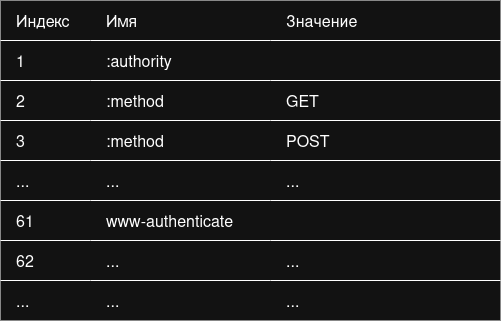
Before: img/HPACK_Table.drawio.png, a diagram exported from draw.io (DarkSoulEater/Http2Presentation). Source tidied: cells renumbered, new cells last; positions are measured from the earlier drawing's top-left corner, leaving out a move shared by most shapes. Source of this version:
```xml
<mxGraphModel>
  <root>
    <mxCell id="0" />
    <mxCell id="1" parent="0" />
    <mxCell id="2" style="shape=table;startSize=0;fontSize=16;rowLines=1;columnLines=0;swimlaneHead=0;swimlaneBody=0;horizontal=1;top=0;bottom=0;left=0;right=0;align=left;" parent="1" vertex="1">
      <mxGeometry width="500" height="320" as="geometry" />
    </mxCell>
    <mxCell id="3" style="shape=tableRow;horizontal=0;startSize=0;swimlaneHead=0;swimlaneBody=0;strokeColor=inherit;top=0;left=0;bottom=0;right=0;fillColor=none;fontSize=16;" parent="2" vertex="1">
      <mxGeometry width="500" height="40" as="geometry" />
    </mxCell>
    <mxCell id="4" value="Индекс" style="shape=partialRectangle;html=1;whiteSpace=wrap;strokeColor=inherit;overflow=hidden;fillColor=none;top=0;left=0;bottom=0;right=0;fontSize=16;align=left;spacingLeft=14;" parent="3" vertex="1">
      <mxGeometry width="90" height="40" as="geometry" />
    </mxCell>
    <mxCell id="5" value="Имя" style="shape=partialRectangle;html=1;whiteSpace=wrap;strokeColor=inherit;overflow=hidden;fillColor=none;top=0;left=0;bottom=0;right=0;fontSize=16;align=left;spacingLeft=14;" parent="3" vertex="1">
      <mxGeometry x="90" width="180" height="40" as="geometry" />
    </mxCell>
    <mxCell id="6" value="Значение" style="shape=partialRectangle;html=1;whiteSpace=wrap;strokeColor=inherit;overflow=hidden;fillColor=none;top=0;left=0;bottom=0;right=0;fontSize=16;align=left;spacingLeft=14;" parent="3" vertex="1">
      <mxGeometry x="270" width="230" height="40" as="geometry" />
    </mxCell>
    <mxCell id="7" style="shape=tableRow;horizontal=0;startSize=0;swimlaneHead=0;swimlaneBody=0;strokeColor=inherit;top=0;left=0;bottom=0;right=0;fillColor=none;fontSize=16;" parent="2" vertex="1">
      <mxGeometry y="40" width="500" height="40" as="geometry" />
    </mxCell>
    <mxCell id="8" value="1" style="shape=partialRectangle;html=1;whiteSpace=wrap;strokeColor=inherit;overflow=hidden;fillColor=none;top=0;left=0;bottom=0;right=0;fontSize=16;align=left;spacingLeft=14;" parent="7" vertex="1">
      <mxGeometry width="90" height="40" as="geometry" />
    </mxCell>
    <mxCell id="9" value=":authority" style="shape=partialRectangle;html=1;whiteSpace=wrap;strokeColor=inherit;overflow=hidden;fillColor=none;top=0;left=0;bottom=0;right=0;fontSize=16;align=left;spacingLeft=14;" parent="7" vertex="1">
      <mxGeometry x="90" width="180" height="40" as="geometry" />
    </mxCell>
    <mxCell id="10" style="shape=partialRectangle;html=1;whiteSpace=wrap;strokeColor=inherit;overflow=hidden;fillColor=none;top=0;left=0;bottom=0;right=0;fontSize=16;align=left;spacingLeft=14;" parent="7" vertex="1">
      <mxGeometry x="270" width="230" height="40" as="geometry" />
    </mxCell>
    <mxCell id="11" style="shape=tableRow;horizontal=0;startSize=0;swimlaneHead=0;swimlaneBody=0;strokeColor=inherit;top=0;left=0;bottom=0;right=0;fillColor=none;fontSize=16;" parent="2" vertex="1">
      <mxGeometry y="80" width="500" height="40" as="geometry" />
    </mxCell>
    <mxCell id="12" value="2" style="shape=partialRectangle;html=1;whiteSpace=wrap;strokeColor=inherit;overflow=hidden;fillColor=none;top=0;left=0;bottom=0;right=0;fontSize=16;align=left;spacingLeft=14;" parent="11" vertex="1">
      <mxGeometry width="90" height="40" as="geometry" />
    </mxCell>
    <mxCell id="13" value=":method" style="shape=partialRectangle;html=1;whiteSpace=wrap;strokeColor=inherit;overflow=hidden;fillColor=none;top=0;left=0;bottom=0;right=0;fontSize=16;align=left;spacingLeft=14;" parent="11" vertex="1">
      <mxGeometry x="90" width="180" height="40" as="geometry" />
    </mxCell>
    <mxCell id="14" value="GET" style="shape=partialRectangle;html=1;whiteSpace=wrap;strokeColor=inherit;overflow=hidden;fillColor=none;top=0;left=0;bottom=0;right=0;fontSize=16;align=left;spacingLeft=14;" parent="11" vertex="1">
      <mxGeometry x="270" width="230" height="40" as="geometry" />
    </mxCell>
    <mxCell id="15" style="shape=tableRow;horizontal=0;startSize=0;swimlaneHead=0;swimlaneBody=0;strokeColor=inherit;top=0;left=0;bottom=0;right=0;fillColor=none;fontSize=16;" parent="2" vertex="1">
      <mxGeometry y="120" width="500" height="40" as="geometry" />
    </mxCell>
    <mxCell id="16" value="3" style="shape=partialRectangle;html=1;whiteSpace=wrap;strokeColor=inherit;overflow=hidden;fillColor=none;top=0;left=0;bottom=0;right=0;fontSize=16;align=left;spacingLeft=14;" parent="15" vertex="1">
      <mxGeometry width="90" height="40" as="geometry" />
    </mxCell>
    <mxCell id="17" value=":method" style="shape=partialRectangle;html=1;whiteSpace=wrap;strokeColor=inherit;overflow=hidden;fillColor=none;top=0;left=0;bottom=0;right=0;fontSize=16;align=left;spacingLeft=14;" parent="15" vertex="1">
      <mxGeometry x="90" width="180" height="40" as="geometry" />
    </mxCell>
    <mxCell id="18" value="POST" style="shape=partialRectangle;html=1;whiteSpace=wrap;strokeColor=inherit;overflow=hidden;fillColor=none;top=0;left=0;bottom=0;right=0;fontSize=16;align=left;spacingLeft=14;" parent="15" vertex="1">
      <mxGeometry x="270" width="230" height="40" as="geometry" />
    </mxCell>
    <mxCell id="19" style="shape=tableRow;horizontal=0;startSize=0;swimlaneHead=0;swimlaneBody=0;strokeColor=inherit;top=0;left=0;bottom=0;right=0;fillColor=none;fontSize=16;" parent="2" vertex="1">
      <mxGeometry y="160" width="500" height="40" as="geometry" />
    </mxCell>
    <mxCell id="20" value="..." style="shape=partialRectangle;html=1;whiteSpace=wrap;strokeColor=inherit;overflow=hidden;fillColor=none;top=0;left=0;bottom=0;right=0;fontSize=16;align=left;spacingLeft=14;" parent="19" vertex="1">
      <mxGeometry width="90" height="40" as="geometry" />
    </mxCell>
    <mxCell id="21" value="..." style="shape=partialRectangle;html=1;whiteSpace=wrap;strokeColor=inherit;overflow=hidden;fillColor=none;top=0;left=0;bottom=0;right=0;fontSize=16;align=left;spacingLeft=14;" parent="19" vertex="1">
      <mxGeometry x="90" width="180" height="40" as="geometry" />
    </mxCell>
    <mxCell id="22" value="..." style="shape=partialRectangle;html=1;whiteSpace=wrap;strokeColor=inherit;overflow=hidden;fillColor=none;top=0;left=0;bottom=0;right=0;fontSize=16;align=left;spacingLeft=14;" parent="19" vertex="1">
      <mxGeometry x="270" width="230" height="40" as="geometry" />
    </mxCell>
    <mxCell id="23" style="shape=tableRow;horizontal=0;startSize=0;swimlaneHead=0;swimlaneBody=0;strokeColor=inherit;top=0;left=0;bottom=0;right=0;fillColor=none;fontSize=16;" parent="2" vertex="1">
      <mxGeometry y="200" width="500" height="40" as="geometry" />
    </mxCell>
    <mxCell id="24" value="61" style="shape=partialRectangle;html=1;whiteSpace=wrap;strokeColor=inherit;overflow=hidden;fillColor=none;top=0;left=0;bottom=0;right=0;fontSize=16;align=left;spacingLeft=14;" parent="23" vertex="1">
      <mxGeometry width="90" height="40" as="geometry" />
    </mxCell>
    <mxCell id="25" value="www-authenticate" style="shape=partialRectangle;html=1;whiteSpace=wrap;strokeColor=inherit;overflow=hidden;fillColor=none;top=0;left=0;bottom=0;right=0;fontSize=16;align=left;spacingLeft=14;" parent="23" vertex="1">
      <mxGeometry x="90" width="180" height="40" as="geometry" />
    </mxCell>
    <mxCell id="26" style="shape=partialRectangle;html=1;whiteSpace=wrap;strokeColor=inherit;overflow=hidden;fillColor=none;top=0;left=0;bottom=0;right=0;fontSize=16;align=left;spacingLeft=14;" parent="23" vertex="1">
      <mxGeometry x="270" width="230" height="40" as="geometry" />
    </mxCell>
    <mxCell id="27" style="shape=tableRow;horizontal=0;startSize=0;swimlaneHead=0;swimlaneBody=0;strokeColor=inherit;top=0;left=0;bottom=0;right=0;fillColor=none;fontSize=16;" parent="2" vertex="1">
      <mxGeometry y="240" width="500" height="40" as="geometry" />
    </mxCell>
    <mxCell id="28" value="62" style="shape=partialRectangle;html=1;whiteSpace=wrap;strokeColor=inherit;overflow=hidden;fillColor=none;top=0;left=0;bottom=0;right=0;fontSize=16;align=left;spacingLeft=14;" parent="27" vertex="1">
      <mxGeometry width="90" height="40" as="geometry" />
    </mxCell>
    <mxCell id="29" value="..." style="shape=partialRectangle;html=1;whiteSpace=wrap;strokeColor=inherit;overflow=hidden;fillColor=none;top=0;left=0;bottom=0;right=0;fontSize=16;align=left;spacingLeft=14;" parent="27" vertex="1">
      <mxGeometry x="90" width="180" height="40" as="geometry" />
    </mxCell>
    <mxCell id="30" value="..." style="shape=partialRectangle;html=1;whiteSpace=wrap;strokeColor=inherit;overflow=hidden;fillColor=none;top=0;left=0;bottom=0;right=0;fontSize=16;align=left;spacingLeft=14;" parent="27" vertex="1">
      <mxGeometry x="270" width="230" height="40" as="geometry" />
    </mxCell>
    <mxCell id="31" style="shape=tableRow;horizontal=0;startSize=0;swimlaneHead=0;swimlaneBody=0;strokeColor=inherit;top=0;left=0;bottom=0;right=0;fillColor=none;fontSize=16;" parent="2" vertex="1">
      <mxGeometry y="280" width="500" height="40" as="geometry" />
    </mxCell>
    <mxCell id="32" value="..." style="shape=partialRectangle;html=1;whiteSpace=wrap;strokeColor=inherit;overflow=hidden;fillColor=none;top=0;left=0;bottom=0;right=0;fontSize=16;align=left;spacingLeft=14;" parent="31" vertex="1">
      <mxGeometry width="90" height="40" as="geometry" />
    </mxCell>
    <mxCell id="33" value="..." style="shape=partialRectangle;html=1;whiteSpace=wrap;strokeColor=inherit;overflow=hidden;fillColor=none;top=0;left=0;bottom=0;right=0;fontSize=16;align=left;spacingLeft=14;" parent="31" vertex="1">
      <mxGeometry x="90" width="180" height="40" as="geometry" />
    </mxCell>
    <mxCell id="34" value="..." style="shape=partialRectangle;html=1;whiteSpace=wrap;strokeColor=inherit;overflow=hidden;fillColor=none;top=0;left=0;bottom=0;right=0;fontSize=16;align=left;spacingLeft=14;" parent="31" vertex="1">
      <mxGeometry x="270" width="230" height="40" as="geometry" />
    </mxCell>
  </root>
</mxGraphModel>
```
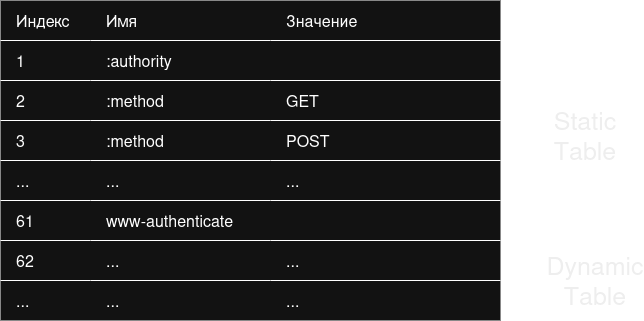
Above is the later version.

The edit, as a diff of the source:
```diff
@@ -101,5 +101,17 @@
     <mxCell id="34" value="..." style="shape=partialRectangle;html=1;whiteSpace=wrap;strokeColor=inherit;overflow=hidden;fillColor=none;top=0;left=0;bottom=0;right=0;fontSize=16;align=left;spacingLeft=14;" parent="31" vertex="1">
       <mxGeometry x="270" width="230" height="40" as="geometry" />
     </mxCell>
+    <mxCell id="35" style="shape=curlyBracket;whiteSpace=wrap;html=1;rounded=1;flipH=1;labelPosition=right;verticalLabelPosition=middle;align=left;verticalAlign=middle;" parent="1" vertex="1">
+      <mxGeometry x="520" y="40" width="20" height="200" as="geometry" />
+    </mxCell>
+    <mxCell id="36" style="shape=curlyBracket;whiteSpace=wrap;html=1;rounded=1;flipH=1;labelPosition=right;verticalLabelPosition=middle;align=left;verticalAlign=middle;" parent="1" vertex="1">
+      <mxGeometry x="520" y="240" width="20" height="80" as="geometry" />
+    </mxCell>
+    <mxCell id="37" value="&lt;font style=&quot;font-size: 25px;&quot;&gt;Static Table&lt;/font&gt;" style="text;html=1;align=center;verticalAlign=middle;whiteSpace=wrap;rounded=0;fontSize=20;fontColor=light-dark(#000000, #eeeeee);" parent="1" vertex="1">
+      <mxGeometry x="550" y="120" width="70" height="30" as="geometry" />
+    </mxCell>
+    <mxCell id="38" value="&lt;font style=&quot;font-size: 25px;&quot;&gt;Dynamic Table&lt;/font&gt;" style="text;html=1;align=center;verticalAlign=middle;whiteSpace=wrap;rounded=0;fontSize=20;fontColor=light-dark(#000000, #eeeeee);" parent="1" vertex="1">
+      <mxGeometry x="560" y="265" width="70" height="30" as="geometry" />
+    </mxCell>
   </root>
 </mxGraphModel>
```
